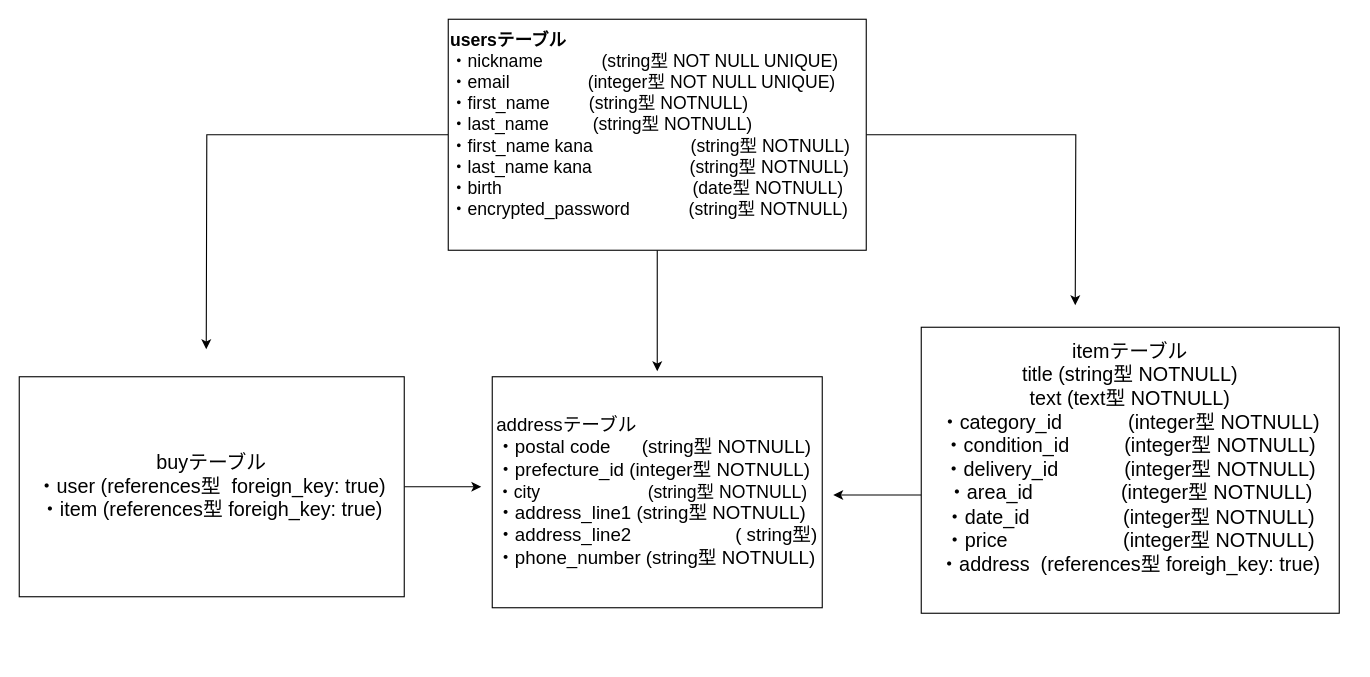
Above: test.dio in Anemone0203/furima-33033 (draw.io), before the change. Source tidied: cells renumbered, new cells numbered last; positions are measured from the earlier drawing's top-left corner, leaving out a move shared by most shapes. Both pictures are drawn from the tidied source at 110%, with x=0, y=0 at pixel (19, 19).
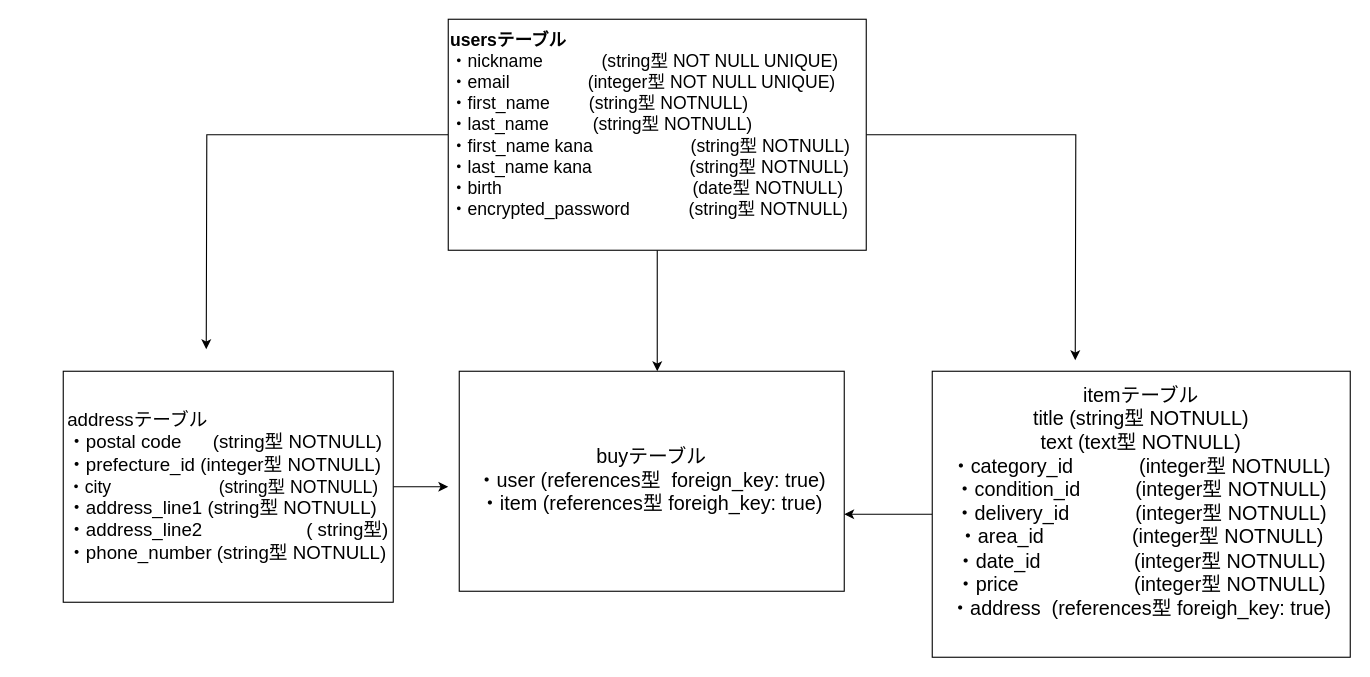
The same diagram, later.

The edit, as a diff of the source:
```diff
@@
 <mxGraphModel>
   <root>
     <mxCell id="0" />
     <mxCell id="1" parent="0" />
     <mxCell id="2" style="edgeStyle=orthogonalEdgeStyle;rounded=0;jettySize=auto;html=1;" parent="1" edge="1" source="5">
       <mxGeometry relative="1" as="geometry">
-        <mxPoint x="960" y="260" as="targetPoint" />
+        <mxPoint x="960" y="310" as="targetPoint" />
       </mxGeometry>
     </mxCell>
     <mxCell id="3" style="edgeStyle=orthogonalEdgeStyle;rounded=0;jettySize=auto;html=1;" parent="1" edge="1" source="5">
       <mxGeometry relative="1" as="geometry">
         <mxPoint x="170" y="300" as="targetPoint" />
       </mxGeometry>
     </mxCell>
     <mxCell id="4" style="edgeStyle=orthogonalEdgeStyle;rounded=0;jettySize=auto;html=1;exitX=0.5;exitY=1;exitDx=0;exitDy=0;" parent="1" edge="1" source="5">
       <mxGeometry relative="1" as="geometry">
         <mxPoint x="580" y="320" as="targetPoint" />
       </mxGeometry>
     </mxCell>
     <mxCell id="5" value="&lt;font style=&quot;font-size: 16px&quot;&gt;&lt;b&gt;usersテーブル&lt;/b&gt;&lt;br&gt;・nickname&amp;nbsp; &amp;nbsp; &amp;nbsp; &amp;nbsp; &amp;nbsp; &amp;nbsp; (string型 NOT NULL UNIQUE)&lt;br&gt;・email&amp;nbsp; &amp;nbsp; &amp;nbsp; &amp;nbsp; &amp;nbsp; &amp;nbsp; &amp;nbsp; &amp;nbsp; (integer型 NOT NULL UNIQUE)&lt;br&gt;・first_name&amp;nbsp; &amp;nbsp; &amp;nbsp; &amp;nbsp; (string型 NOTNULL)&lt;br&gt;・last_name&amp;nbsp; &amp;nbsp; &amp;nbsp; &amp;nbsp; &amp;nbsp;(string型 NOTNULL)&lt;br&gt;・first_name kana&amp;nbsp; &amp;nbsp; &amp;nbsp; &amp;nbsp; &amp;nbsp; &amp;nbsp; &amp;nbsp; &amp;nbsp; &amp;nbsp; &amp;nbsp; (string型 NOTNULL)&lt;br&gt;・last_name kana&amp;nbsp; &amp;nbsp; &amp;nbsp; &amp;nbsp; &amp;nbsp; &amp;nbsp; &amp;nbsp; &amp;nbsp; &amp;nbsp; &amp;nbsp; (string型 NOTNULL)&lt;br&gt;・birth&amp;nbsp; &amp;nbsp; &amp;nbsp; &amp;nbsp; &amp;nbsp; &amp;nbsp; &amp;nbsp; &amp;nbsp; &amp;nbsp; &amp;nbsp; &amp;nbsp; &amp;nbsp; &amp;nbsp; &amp;nbsp; &amp;nbsp; &amp;nbsp; &amp;nbsp; &amp;nbsp; &amp;nbsp; &amp;nbsp;(date型 NOTNULL)&lt;br&gt;・encrypted_password&amp;nbsp; &amp;nbsp; &amp;nbsp; &amp;nbsp; &amp;nbsp; &amp;nbsp; (string型 NOTNULL)&lt;br&gt;&lt;br&gt;&lt;/font&gt;" style="rounded=0;whiteSpace=wrap;html=1;align=left;" parent="1" vertex="1">
       <mxGeometry x="390" width="380" height="210" as="geometry" />
     </mxCell>
-    <mxCell id="6" style="edgeStyle=orthogonalEdgeStyle;rounded=0;jettySize=auto;html=1;" parent="1" edge="1" source="7">
-      <mxGeometry relative="1" as="geometry">
-        <mxPoint x="420" y="425" as="targetPoint" />
-      </mxGeometry>
-    </mxCell>
     <mxCell id="7" value="&lt;font style=&quot;font-size: 18px&quot;&gt;&lt;span&gt;buyテーブル&lt;/span&gt;&lt;br&gt;&lt;span&gt;・user (references型&amp;nbsp; foreign_key: true)&lt;br&gt;&lt;/span&gt;・item (references型 foreigh_key: true)&lt;br&gt;&lt;/font&gt;" style="rounded=0;whiteSpace=wrap;html=1;align=center;" parent="1" vertex="1">
-      <mxGeometry y="325" width="350" height="200" as="geometry" />
+      <mxGeometry x="400" y="320" width="350" height="200" as="geometry" />
     </mxCell>
-    <mxCell id="8" style="edgeStyle=orthogonalEdgeStyle;rounded=0;jettySize=auto;html=1;" parent="1" edge="1" source="9">
-      <mxGeometry relative="1" as="geometry">
-        <mxPoint x="740" y="432.5" as="targetPoint" />
-        <Array as="points">
-          <mxPoint x="780" y="433" />
-        </Array>
-      </mxGeometry>
-    </mxCell>
+    <mxCell id="11" style="edgeStyle=orthogonalEdgeStyle;rounded=0;jettySize=auto;html=1;" parent="1" edge="1" source="9">
+      <mxGeometry relative="1" as="geometry">
+        <mxPoint x="750" y="450" as="targetPoint" />
+      </mxGeometry>
+    </mxCell>
     <mxCell id="9" value="&lt;font style=&quot;font-size: 18px&quot;&gt;itemテーブル&lt;br&gt;title (string型 NOTNULL)&lt;br&gt;text (text型 NOTNULL)&lt;br&gt;・category_id&amp;nbsp; &amp;nbsp; &amp;nbsp; &amp;nbsp; &amp;nbsp; &amp;nbsp; (integer型 NOTNULL)&lt;br&gt;・condition_id&amp;nbsp; &amp;nbsp; &amp;nbsp; &amp;nbsp; &amp;nbsp; (integer型 NOTNULL)&lt;br&gt;・delivery_id&amp;nbsp; &amp;nbsp; &amp;nbsp; &amp;nbsp; &amp;nbsp; &amp;nbsp; (integer型 NOTNULL)&lt;br&gt;・area_id&amp;nbsp; &amp;nbsp; &amp;nbsp; &amp;nbsp; &amp;nbsp; &amp;nbsp; &amp;nbsp; &amp;nbsp; (integer型 NOTNULL)&lt;br&gt;・date_id&amp;nbsp; &amp;nbsp; &amp;nbsp; &amp;nbsp; &amp;nbsp; &amp;nbsp; &amp;nbsp; &amp;nbsp; &amp;nbsp;(integer型 NOTNULL)&lt;br&gt;・price&amp;nbsp; &amp;nbsp; &amp;nbsp; &amp;nbsp; &amp;nbsp; &amp;nbsp; &amp;nbsp; &amp;nbsp; &amp;nbsp; &amp;nbsp; &amp;nbsp;(integer型 NOTNULL)&lt;br&gt;・address&amp;nbsp; (references型 foreigh_key: true)&lt;br&gt;&lt;br&gt;&lt;/font&gt;" style="rounded=0;whiteSpace=wrap;html=1;" parent="1" vertex="1">
-      <mxGeometry x="820" y="280" width="380" height="260" as="geometry" />
+      <mxGeometry x="830" y="320" width="380" height="260" as="geometry" />
     </mxCell>
+    <mxCell id="12" style="edgeStyle=orthogonalEdgeStyle;rounded=0;jettySize=auto;html=1;exitX=1;exitY=0.5;exitDx=0;exitDy=0;" parent="1" edge="1" source="10">
+      <mxGeometry relative="1" as="geometry">
+        <mxPoint x="390" y="425" as="targetPoint" />
+      </mxGeometry>
+    </mxCell>
     <mxCell id="10" value="&lt;div style=&quot;text-align: left&quot;&gt;&lt;span style=&quot;font-size: 17px&quot;&gt;addressテーブル&lt;/span&gt;&lt;/div&gt;&lt;span style=&quot;font-size: 17px&quot;&gt;&lt;div style=&quot;text-align: left&quot;&gt;&lt;span&gt;・postal code&amp;nbsp; &amp;nbsp; &amp;nbsp; (string型 NOTNULL)&lt;/span&gt;&lt;/div&gt;&lt;/span&gt;&lt;span style=&quot;font-size: 17px&quot;&gt;&lt;div style=&quot;text-align: left&quot;&gt;&lt;span&gt;・prefecture_id (integer型 NOTNULL)&lt;/span&gt;&lt;/div&gt;&lt;/span&gt;&lt;span&gt;&lt;div style=&quot;text-align: left&quot;&gt;&lt;span&gt;&lt;font style=&quot;font-size: 16px&quot;&gt;・city&amp;nbsp; &amp;nbsp; &amp;nbsp; &amp;nbsp; &amp;nbsp; &amp;nbsp; &amp;nbsp; &amp;nbsp; &amp;nbsp; &amp;nbsp; &amp;nbsp; (string型 NOTNULL)&lt;/font&gt;&lt;/span&gt;&lt;/div&gt;&lt;/span&gt;&lt;span style=&quot;font-size: 17px&quot;&gt;&lt;div style=&quot;text-align: left&quot;&gt;&lt;span&gt;・address_line1 (string型 NOTNULL)&lt;/span&gt;&lt;/div&gt;&lt;/span&gt;&lt;span style=&quot;font-size: 17px&quot;&gt;&lt;div style=&quot;text-align: left&quot;&gt;&lt;span&gt;・address_line2&amp;nbsp; &amp;nbsp; &amp;nbsp; &amp;nbsp; &amp;nbsp; &amp;nbsp; &amp;nbsp; &amp;nbsp; &amp;nbsp; &amp;nbsp; ( string型)&lt;/span&gt;&lt;/div&gt;&lt;/span&gt;&lt;span style=&quot;font-size: 17px&quot;&gt;&lt;div style=&quot;text-align: left&quot;&gt;&lt;span&gt;・phone_number (string型 NOTNULL)&lt;/span&gt;&lt;/div&gt;&lt;/span&gt;" style="rounded=0;whiteSpace=wrap;html=1;align=center;" parent="1" vertex="1">
-      <mxGeometry x="430" y="325" width="300" height="210" as="geometry" />
+      <mxGeometry x="40" y="320" width="300" height="210" as="geometry" />
     </mxCell>
   </root>
 </mxGraphModel>
```
